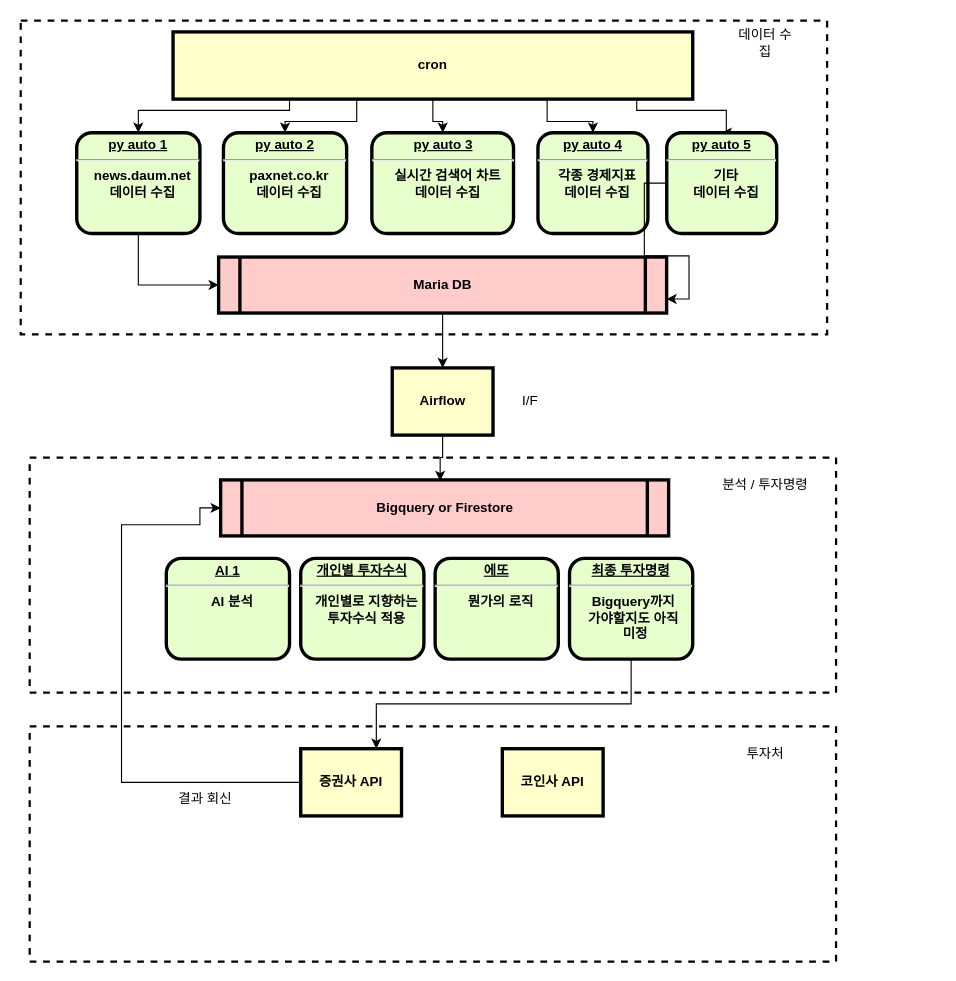
Earlier version of the draw.io diagram 제목 없는 다이어그램.drawio (yw0399/test). Source tidied: cells renumbered, new cells numbered last; positions are measured from the earlier drawing's top-left corner, leaving out a move shared by most shapes. Both pictures are drawn from the tidied source at 112%, with x=0, y=0 at pixel (20, 20).
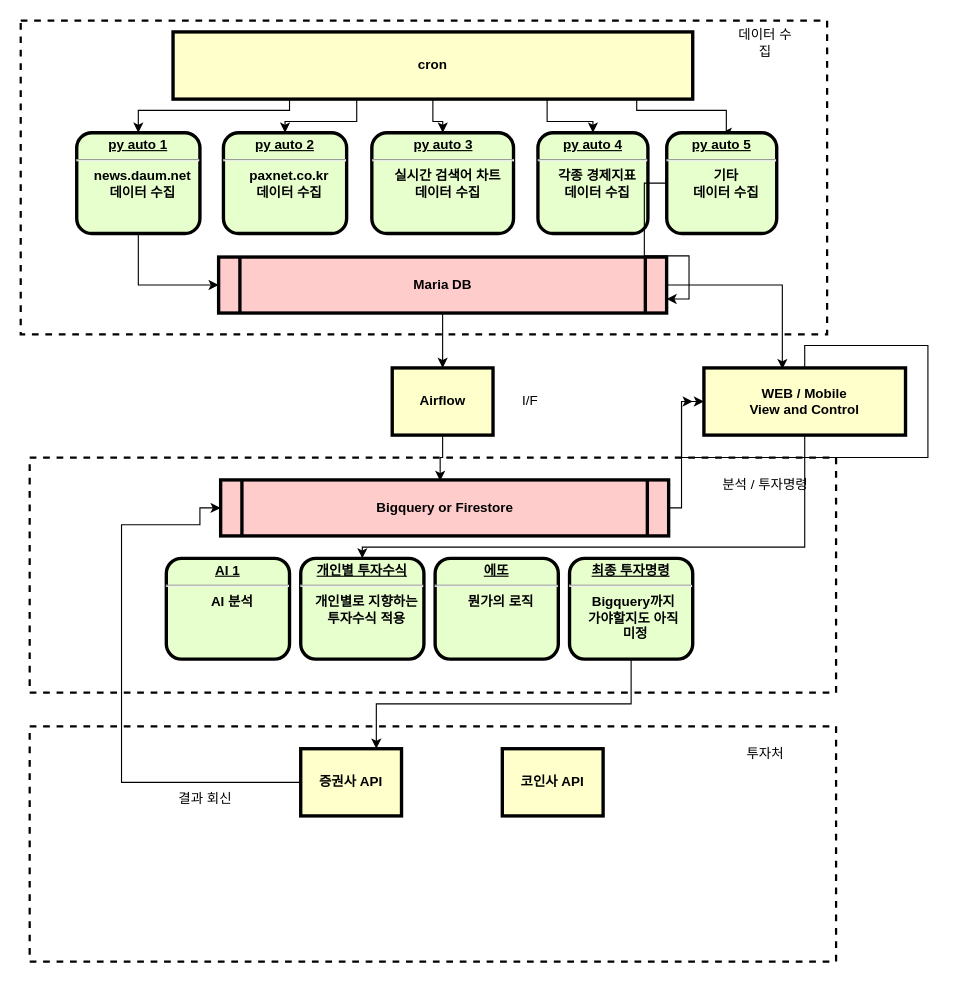
The same page after the edit.

Commit message (it also covers changes not shown here):
제목 없는 다이어그램.drawio 업데이트

Unchanged cells that the change refers to:
```xml
<mxCell id="8" value="Maria DB" style="shape=process;whiteSpace=wrap;align=center;verticalAlign=middle;size=0.0475;fontStyle=1;strokeWidth=3;fillColor=#FFCCCC;" parent="1" vertex="1">
  <mxGeometry x="176.7" y="211" width="400" height="50" as="geometry" />
</mxCell>
<mxCell id="26" value="&lt;p style=&quot;margin: 0px; margin-top: 4px; text-align: center; text-decoration: underline;&quot;&gt;&lt;strong&gt;&lt;strong&gt;개인별 투자수식&lt;/strong&gt;&lt;br&gt;&lt;/strong&gt;&lt;/p&gt;&lt;hr&gt;&lt;p style=&quot;margin: 0px; margin-left: 8px;&quot;&gt;개인별로 지향하는&lt;/p&gt;&lt;p style=&quot;margin: 0px; margin-left: 8px;&quot;&gt;&lt;span style=&quot;background-color: initial;&quot;&gt;투자수식 적용&lt;/span&gt;&lt;/p&gt;" style="verticalAlign=middle;align=center;overflow=fill;fontSize=12;fontFamily=Helvetica;html=1;rounded=1;fontStyle=1;strokeWidth=3;fillColor=#E6FFCC;" parent="1" vertex="1">
  <mxGeometry x="250" y="480" width="110" height="90" as="geometry" />
</mxCell>
<mxCell id="30" value="Bigquery or Firestore" style="shape=process;whiteSpace=wrap;align=center;verticalAlign=middle;size=0.0475;fontStyle=1;strokeWidth=3;fillColor=#FFCCCC;" parent="1" vertex="1">
  <mxGeometry x="178.5" y="410" width="400" height="50" as="geometry" />
</mxCell>
```

The edit, as a diff of the source:
```diff
@@
+    <mxCell id="36" style="edgeStyle=orthogonalEdgeStyle;rounded=0;jettySize=auto;html=1;entryX=0.389;entryY=0.017;entryDx=0;entryDy=0;entryPerimeter=0;" parent="1" edge="1" source="8" target="39">
+      <mxGeometry relative="1" as="geometry" />
+    </mxCell>
@@
+    <mxCell id="37" style="edgeStyle=orthogonalEdgeStyle;rounded=0;jettySize=auto;html=1;" parent="1" edge="1" source="30">
+      <mxGeometry relative="1" as="geometry">
+        <mxPoint x="600" y="340" as="targetPoint" />
+        <Array as="points">
+          <mxPoint x="590" y="435" />
+          <mxPoint x="590" y="340" />
+        </Array>
+      </mxGeometry>
+    </mxCell>
@@
+    <mxCell id="38" style="edgeStyle=orthogonalEdgeStyle;rounded=0;jettySize=auto;html=1;" parent="1" edge="1" source="39" target="26">
+      <mxGeometry relative="1" as="geometry">
+        <Array as="points">
+          <mxPoint x="700" y="470" />
+          <mxPoint x="305" y="470" />
+        </Array>
+      </mxGeometry>
+    </mxCell>
+    <mxCell id="39" value="WEB / Mobile&#10;View and Control" style="whiteSpace=wrap;align=center;verticalAlign=middle;fontStyle=1;strokeWidth=3;fillColor=#FFFFCC;" parent="1" vertex="1">
+      <mxGeometry x="610" y="310" width="180" height="60" as="geometry" />
+    </mxCell>
+    <mxCell id="40" style="edgeStyle=orthogonalEdgeStyle;rounded=0;orthogonalLoop=1;jettySize=auto;html=1;entryX=0;entryY=0.5;entryDx=0;entryDy=0;" parent="1" edge="1" source="39" target="39">
+      <mxGeometry relative="1" as="geometry" />
+    </mxCell>
```
